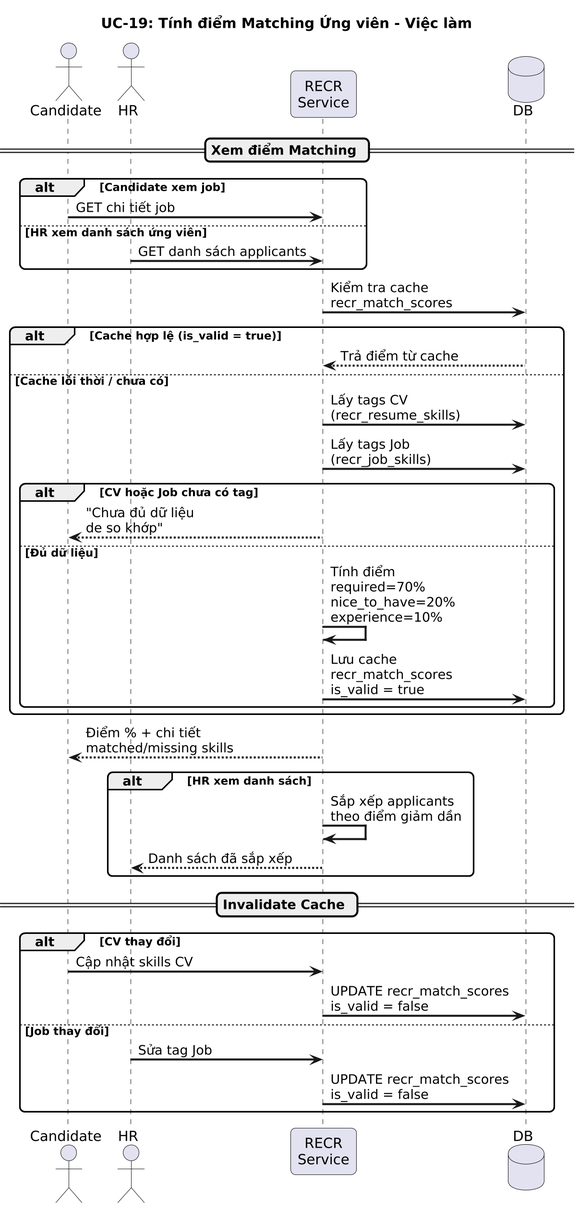
This is modules/recr/images/sequence/uc19-matching-score-sequence.png from namnh240795/document, a PlantUML export, as it was before one commit.
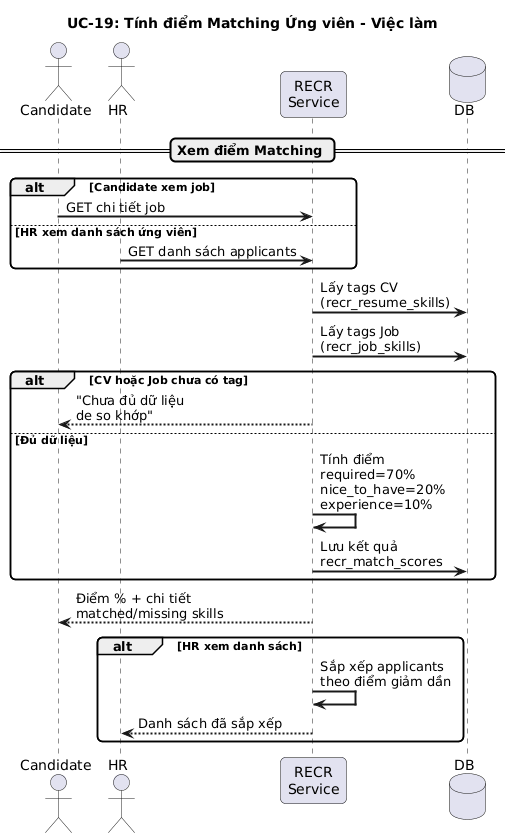
Above is the later version.

Commit message:
refactor(recr): remove cache mechanism from UC-19 Matching Score

The edit, as a diff of the source:
```diff
@@ -1,6 +1,5 @@
 @startuml uc19-matching-score-sequence
 title UC-19: Tính điểm Matching Ứng viên - Việc làm
-skinparam dpi 200
 skinparam backgroundColor white
 skinparam sequenceArrowThickness 2
 skinparam roundcorner 10
@@ -18,20 +17,14 @@
   HR -> R : GET danh sách applicants
 end
 
-R -> DB : Kiểm tra cache\nrecr_match_scores
+R -> DB : Lấy tags CV\n(recr_resume_skills)
+R -> DB : Lấy tags Job\n(recr_job_skills)
 
-alt Cache hợp lệ (is_valid = true)
-  DB --> R : Trả điểm từ cache
-else Cache lỗi thời / chưa có
-  R -> DB : Lấy tags CV\n(recr_resume_skills)
-  R -> DB : Lấy tags Job\n(recr_job_skills)
-
-  alt CV hoặc Job chưa có tag
-    R --> C : "Chưa đủ dữ liệu\nde so khớp"
-  else Đủ dữ liệu
-    R -> R : Tính điểm\nrequired=70%\nnice_to_have=20%\nexperience=10%
-    R -> DB : Lưu cache\nrecr_match_scores\nis_valid = true
-  end
+alt CV hoặc Job chưa có tag
+  R --> C : "Chưa đủ dữ liệu\nde so khớp"
+else Đủ dữ liệu
+  R -> R : Tính điểm\nrequired=70%\nnice_to_have=20%\nexperience=10%
+  R -> DB : Lưu kết quả\nrecr_match_scores
 end
 
 R --> C : Điểm % + chi tiết\nmatched/missing skills
@@ -41,14 +34,4 @@
   R --> HR : Danh sách đã sắp xếp
 end
 
-== Invalidate Cache ==
-
-alt CV thay đổi
-  C -> R : Cập nhật skills CV
-  R -> DB : UPDATE recr_match_scores\nis_valid = false
-else Job thay đổi
-  HR -> R : Sửa tag Job
-  R -> DB : UPDATE recr_match_scores\nis_valid = false
-end
-
 @enduml
```
